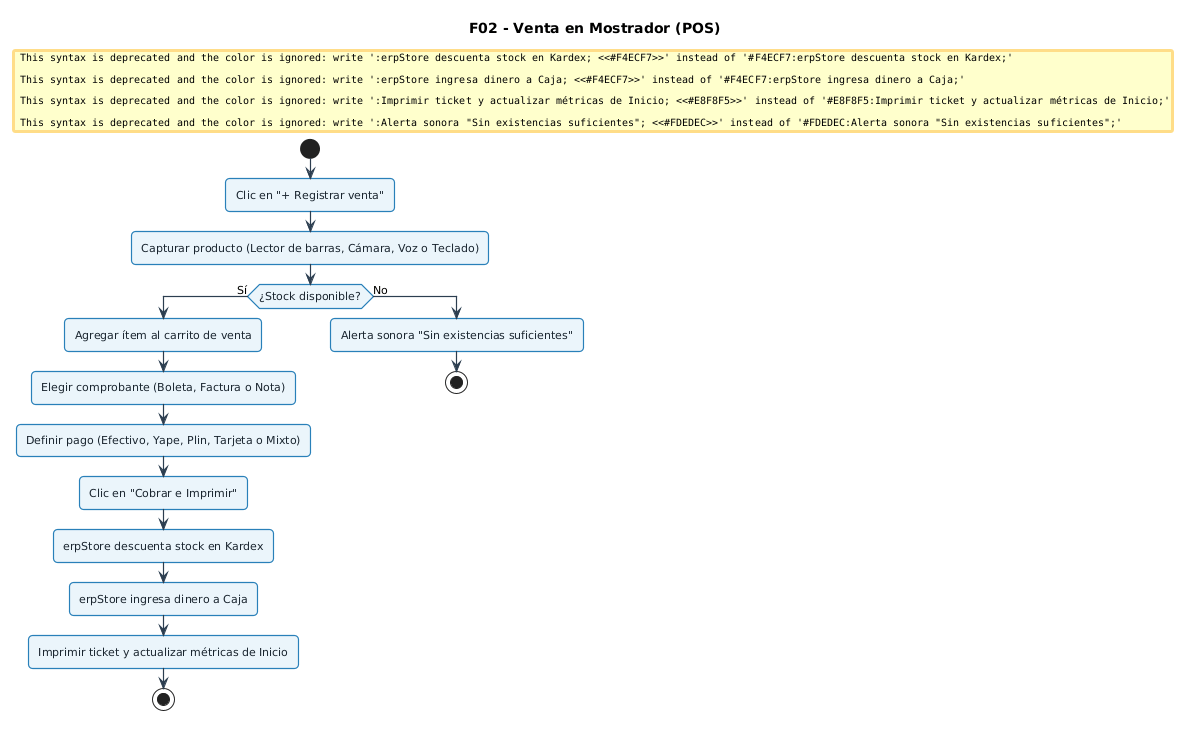
The PlantUML diagram docs/UML-flujos/imagenes/02_venta_pos_completa.png in xmenil/ERP-KIPUS, before a commit.
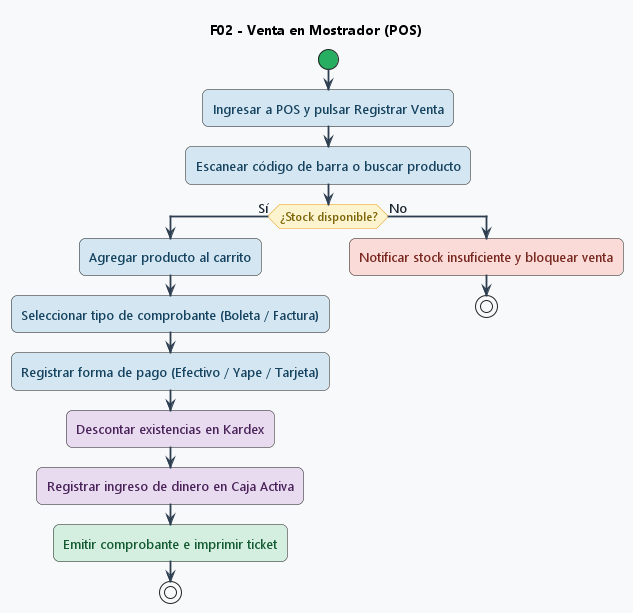
Above is the later version.

Change to the diagram source:
```diff
@@ -1,47 +1,69 @@
 @startuml
+<style>
+activityDiagram {
+  BackgroundColor #F8F9FA
+  BorderColor #2C3E50
+  FontColor #1A252F
+  FontSize 13
+  FontName "Segoe UI", Arial, sans-serif
+  RoundCorner 12
+  Padding 10
+  Margin 8
+
+  .verde {
+    BackgroundColor #D4EFDF
+    BorderColor #27AE60
+    FontColor #145A32
+  }
+  .amarillo {
+    BackgroundColor #FCF3CF
+    BorderColor #F39C12
+    FontColor #7D6608
+  }
+  .azul {
+    BackgroundColor #D4E6F1
+    BorderColor #2980B9
+    FontColor #154360
+  }
+  .morado {
+    BackgroundColor #E8DAEF
+    BorderColor #8E44AD
+    FontColor #4A235A
+  }
+  .rojo {
+    BackgroundColor #FADBD8
+    BorderColor #C0392B
+    FontColor #78281F
+  }
+}
+</style>
+
 skinparam defaultFontName "Segoe UI", Arial, sans-serif
-skinparam defaultFontSize 11
-skinparam roundCorner 8
-skinparam shadowing false
 skinparam ArrowColor #2C3E50
-skinparam ArrowThickness 1.2
-
-skinparam activity {
-  BackgroundColor #EBF5FB
-  BorderColor #2980B9
-  BorderThickness 1.2
-  FontColor #1A252F
-}
-skinparam decision {
-  BackgroundColor #FEF9E7
-  BorderColor #F39C12
-  BorderThickness 1.2
-  FontColor #7D6608
-}
-skinparam start {
-  Color #27AE60
-}
-skinparam stop {
-  Color #C0392B
-}
+skinparam ArrowThickness 1.8
+skinparam activityStartColor #27AE60
+skinparam activityEndColor #C0392B
+skinparam activityDiamondBackgroundColor #FCF3CF
+skinparam activityDiamondBorderColor #F39C12
+skinparam activityDiamondFontColor #7D6608
+skinparam activityDiamondFontSize 12
 
 title F02 - Venta en Mostrador (POS)
 
 start
-:Clic en "+ Registrar venta";
-:Capturar producto (Lector de barras, Cámara, Voz o Teclado);
+:Ingresar a POS y pulsar Registrar Venta; <<azul>>
+:Escanear código de barra o buscar producto; <<azul>>
 
 if (¿Stock disponible?) then (Sí)
-  :Agregar ítem al carrito de venta;
-  :Elegir comprobante (Boleta, Factura o Nota);
-  :Definir pago (Efectivo, Yape, Plin, Tarjeta o Mixto);
-  :Clic en "Cobrar e Imprimir";
-  #F4ECF7:erpStore descuenta stock en Kardex;
-  #F4ECF7:erpStore ingresa dinero a Caja;
-  #E8F8F5:Imprimir ticket y actualizar métricas de Inicio;
+  :Agregar producto al carrito; <<azul>>
+  :Seleccionar tipo de comprobante (Boleta / Factura); <<azul>>
+  :Registrar forma de pago (Efectivo / Yape / Tarjeta); <<azul>>
+  :Descontar existencias en Kardex; <<morado>>
+  :Registrar ingreso de dinero en Caja Activa; <<morado>>
+  :Emitir comprobante e imprimir ticket; <<verde>>
   stop
 else (No)
-  #FDEDEC:Alerta sonora "Sin existencias suficientes";
+  :Notificar stock insuficiente y bloquear venta; <<rojo>>
   stop
 endif
 @enduml
```
